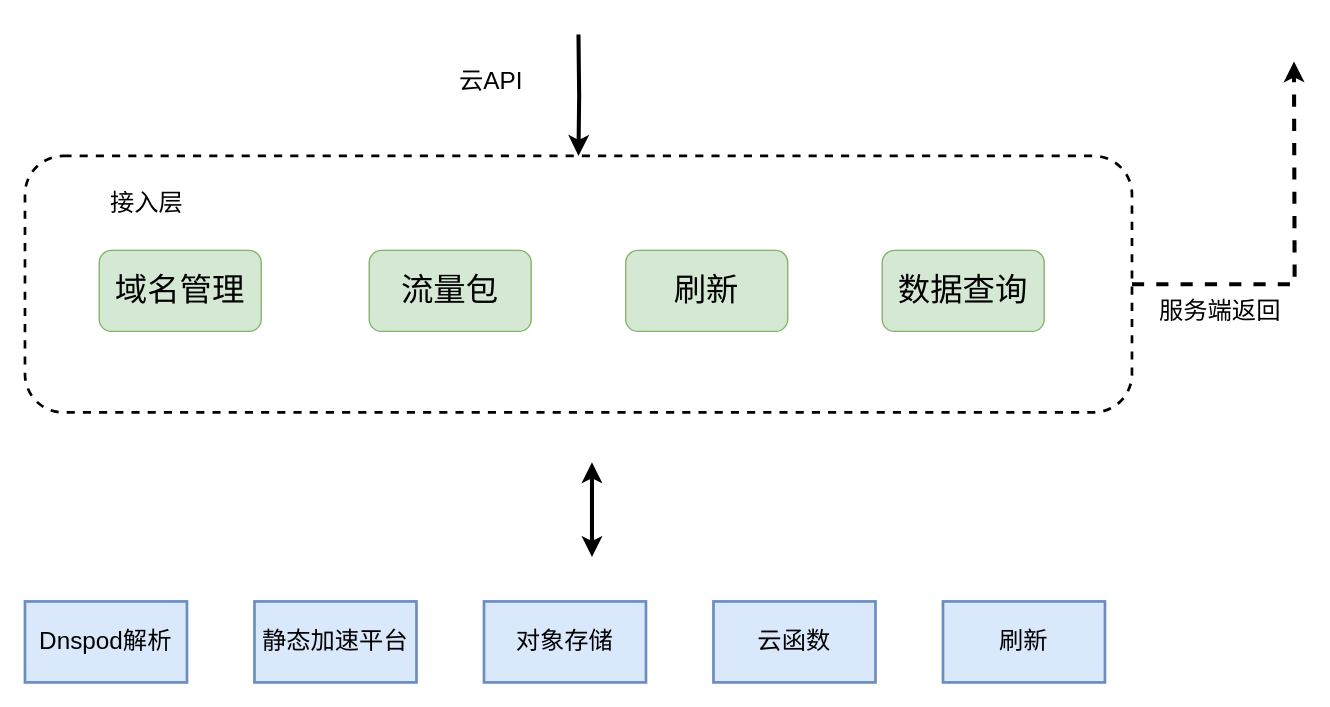
Before: page "第 1 页" (1 of 4) of tcb.drawio in wwCrazy/resume, a draw.io diagram. Source tidied: cells renumbered, new cells numbered last; positions are measured from the earlier drawing's top-left corner, leaving out a move shared by most shapes. Both pictures are drawn from the tidied source at 135%, with x=0, y=0 at pixel (24, 34).
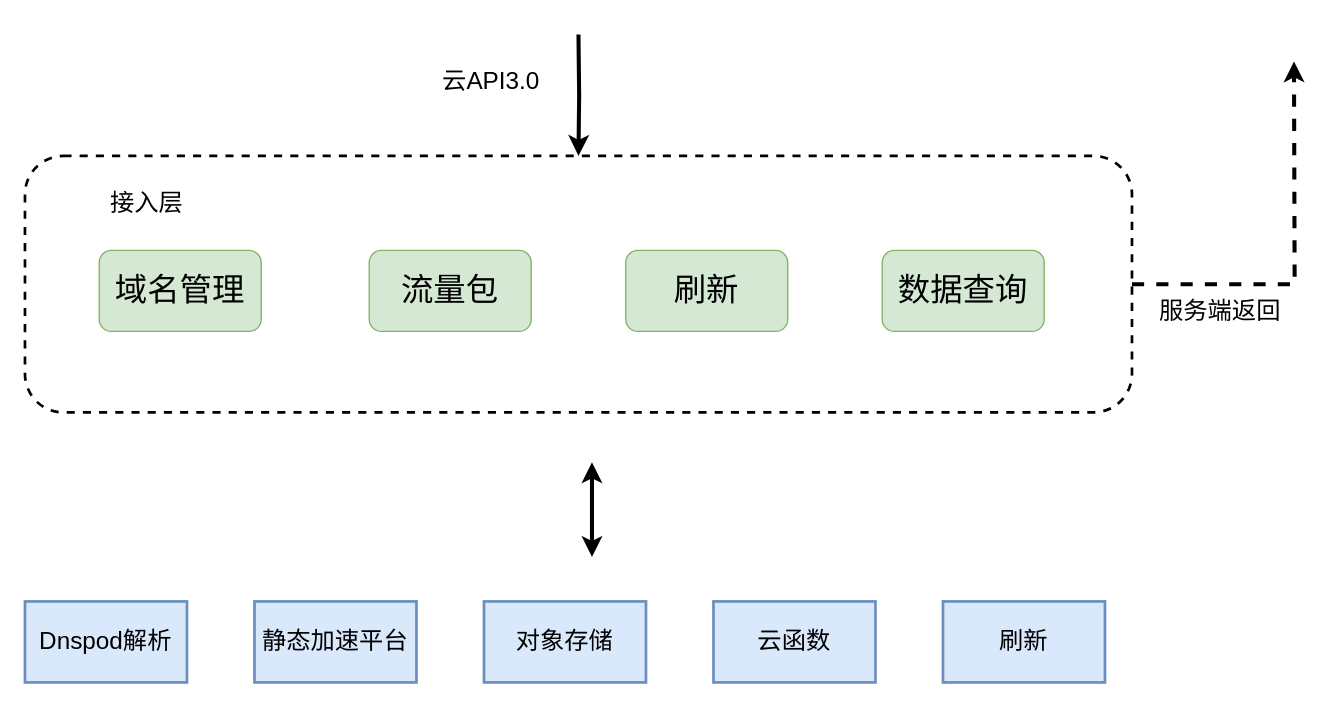
After the change.

What changed in the source:
```diff
@@
-    <mxCell id="15" value="云API" style="text;html=1;align=center;verticalAlign=middle;fillColor=none;strokeColor=none;rounded=0;fontSize=18;" parent="1" vertex="1">
-      <mxGeometry x="315" y="20" width="60" height="30" as="geometry" />
+    <mxCell id="15" value="云API3.0" style="text;html=1;align=center;verticalAlign=middle;fillColor=none;strokeColor=none;rounded=0;fontSize=18;" parent="1" vertex="1">
+      <mxGeometry x="300" y="20" width="90" height="30" as="geometry" />
     </mxCell>
```
